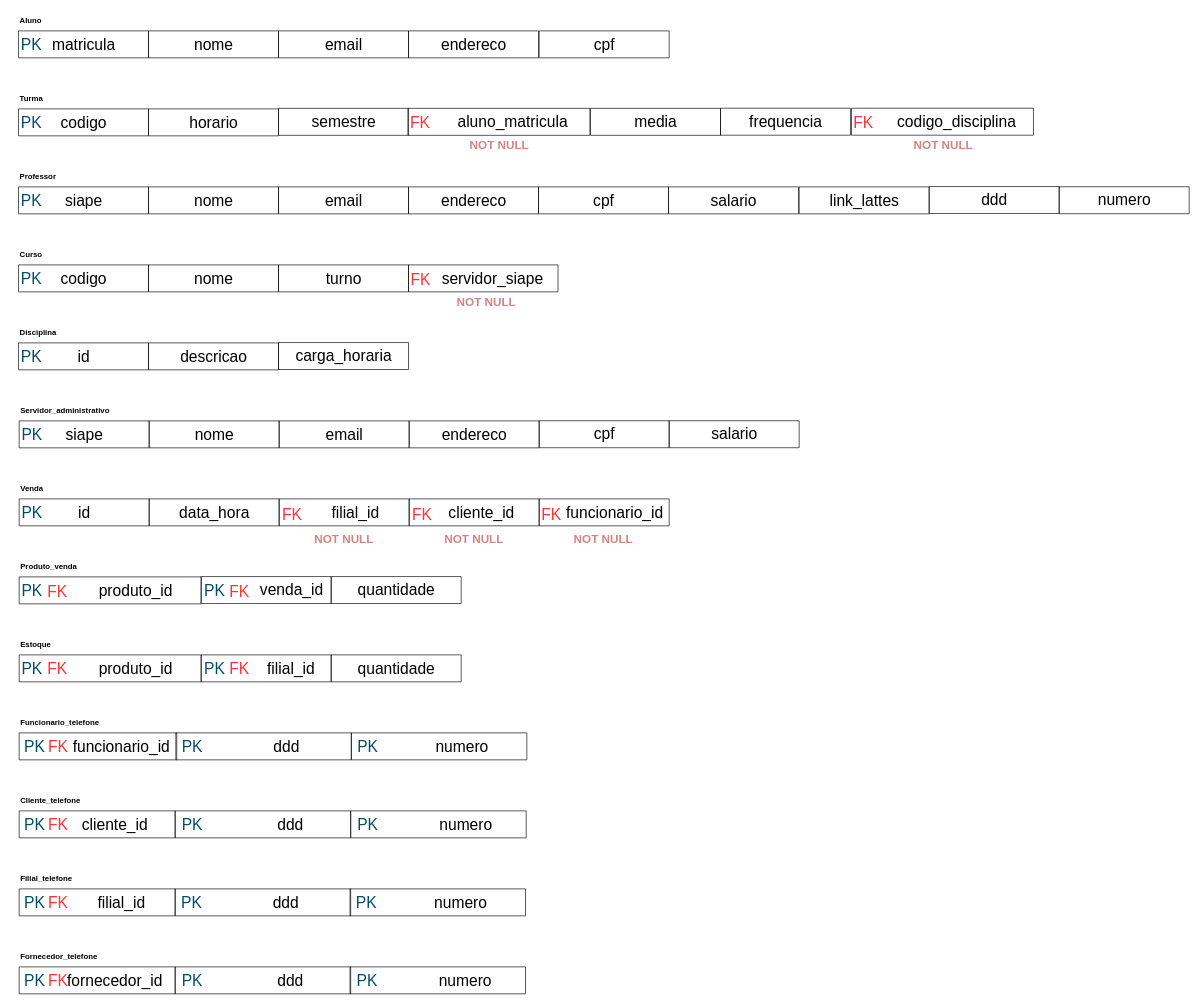
Before: LEOBDATV6-1.drawio in Konitch/Diagram, a draw.io diagram. Source tidied: cells renumbered, new cells numbered last; positions are measured from the earlier drawing's top-left corner, leaving out a move shared by most shapes. Both pictures are drawn from the tidied source at 65%, with x=0, y=0 at pixel (11, 11).
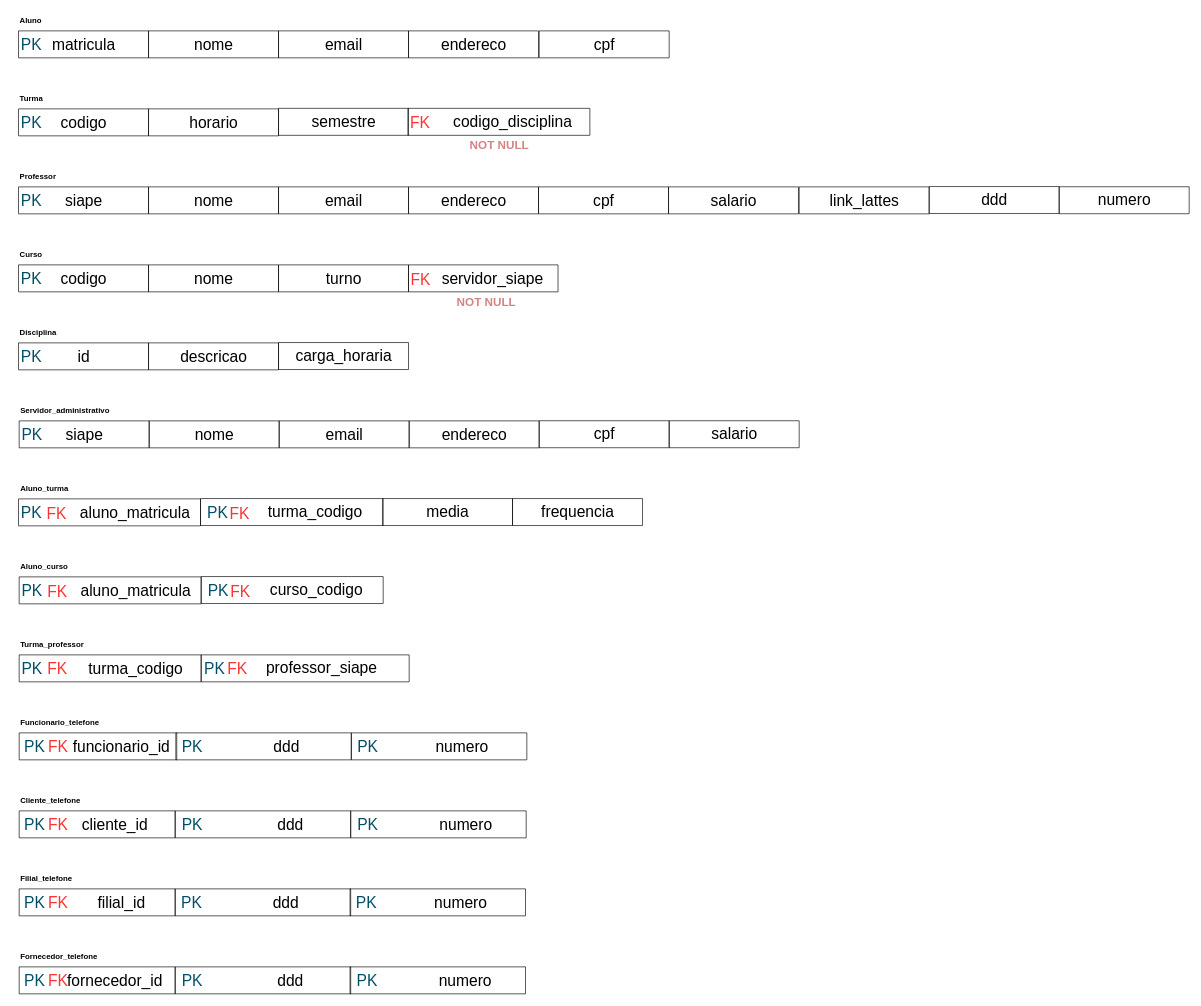
The same page after the edit.

Unchanged cells that the change refers to:
```xml
<mxCell id="15" style="swimlane;startSize=0;" parent="14" vertex="1">
  <mxGeometry width="280" height="41.5" as="geometry" />
</mxCell>
<mxCell id="84" style="group;" parent="83" vertex="1">
  <mxGeometry width="1000" height="73" as="geometry" />
</mxCell>
<mxCell id="85" style="group;" parent="84" vertex="1">
  <mxGeometry y="30" width="1000" height="43" as="geometry" />
</mxCell>
<mxCell id="87" style="swimlane;startSize=0;" parent="86" vertex="1">
  <mxGeometry width="280" height="41.5" as="geometry" />
</mxCell>
<mxCell id="170" style="group;" parent="1" vertex="1">
  <mxGeometry x="12" y="720" width="1000" height="73" as="geometry" />
</mxCell>
<mxCell id="190" style="group;" parent="189" vertex="1">
  <mxGeometry width="1000" height="73" as="geometry" />
</mxCell>
<mxCell id="191" style="group;" parent="190" vertex="1">
  <mxGeometry y="30" width="1000" height="43" as="geometry" />
</mxCell>
<mxCell id="193" style="swimlane;startSize=0;" parent="192" vertex="1">
  <mxGeometry width="280" height="41.5" as="geometry" />
</mxCell>
```

Change to the diagram source:
```diff
@@
-    <mxCell id="16" value="&lt;span style=&quot;font-size: 24px;&quot;&gt;aluno_matricula&lt;/span&gt;" style="text;html=1;align=center;verticalAlign=middle;strokeColor=none;fillColor=none;" parent="15" vertex="1">
-      <mxGeometry x="66" y="1" width="190" height="40" as="geometry" />
+    <mxCell id="16" value="&lt;span style=&quot;font-size: 24px;&quot;&gt;codigo_disciplina&lt;/span&gt;" style="text;html=1;align=center;verticalAlign=middle;strokeColor=none;fillColor=none;" parent="15" vertex="1">
+      <mxGeometry x="56" y="1" width="210" height="40" as="geometry" />
     </mxCell>
@@
-    <mxCell id="88" value="&lt;font style=&quot;font-size: 24px;&quot;&gt;produto_id&lt;/font&gt;" style="text;html=1;align=center;verticalAlign=middle;strokeColor=none;fillColor=none;" parent="87" vertex="1">
-      <mxGeometry x="109" y="1.5" width="140" height="40" as="geometry" />
+    <mxCell id="88" value="&lt;font style=&quot;font-size: 24px;&quot;&gt;turma_codigo&lt;br&gt;&lt;/font&gt;" style="text;html=1;align=center;verticalAlign=middle;strokeColor=none;fillColor=none;" parent="87" vertex="1">
+      <mxGeometry x="94" y="1.5" width="170" height="40" as="geometry" />
     </mxCell>
@@
     <mxCell id="91" style="group;" parent="85" vertex="1">
-      <mxGeometry x="280" width="200" height="43" as="geometry" />
+      <mxGeometry x="280" width="320" height="43" as="geometry" />
     </mxCell>
     <mxCell id="92" style="swimlane;startSize=0;" parent="91" vertex="1">
-      <mxGeometry width="200" height="41.5" as="geometry" />
+      <mxGeometry width="320" height="41.5" as="geometry" />
     </mxCell>
-    <mxCell id="93" value="&lt;font style=&quot;font-size: 24px;&quot;&gt;filial_id&lt;/font&gt;" style="text;html=1;align=center;verticalAlign=middle;strokeColor=none;fillColor=none;" parent="92" vertex="1">
-      <mxGeometry x="88" y="1.5" width="100" height="40" as="geometry" />
+    <mxCell id="93" value="&lt;font style=&quot;font-size: 24px;&quot;&gt;professor_siape&lt;/font&gt;" style="text;html=1;align=center;verticalAlign=middle;strokeColor=none;fillColor=none;" parent="92" vertex="1">
+      <mxGeometry x="90.4" y="0.5" width="190" height="40" as="geometry" />
     </mxCell>
     <mxCell id="94" value="&lt;font color=&quot;#ff3333&quot; style=&quot;font-size: 24px;&quot;&gt;FK&lt;/font&gt;" style="text;html=1;align=center;verticalAlign=middle;whiteSpace=wrap;rounded=0;" parent="92" vertex="1">
-      <mxGeometry x="29" y="6.5" width="60" height="30" as="geometry" />
+      <mxGeometry x="15" y="6.8" width="82.4" height="30" as="geometry" />
     </mxCell>
-    <mxCell id="95" style="group;" parent="85" vertex="1">
-      <mxGeometry x="480" width="200" height="43" as="geometry" />
-    </mxCell>
-    <mxCell id="96" style="swimlane;startSize=0;" parent="95" vertex="1">
-      <mxGeometry width="200" height="41.5" as="geometry" />
-    </mxCell>
-    <mxCell id="97" value="&lt;font style=&quot;font-size: 24px;&quot;&gt;quantidade&lt;/font&gt;" style="text;html=1;align=center;verticalAlign=middle;strokeColor=none;fillColor=none;" parent="96" vertex="1">
-      <mxGeometry x="30" y="1.5" width="140" height="40" as="geometry" />
-    </mxCell>
-    <mxCell id="98" value="&lt;b&gt;Estoque&lt;/b&gt;" style="text;html=1;align=left;verticalAlign=middle;whiteSpace=wrap;rounded=0;" parent="84" vertex="1">
+    <mxCell id="98" value="&lt;b&gt;Turma_professor&lt;/b&gt;" style="text;html=1;align=left;verticalAlign=middle;whiteSpace=wrap;rounded=0;" parent="84" vertex="1">
       <mxGeometry width="110" height="30" as="geometry" />
     </mxCell>
@@
-    <mxCell id="171" style="group;" parent="170" vertex="1">
-      <mxGeometry y="30" width="1000" height="43" as="geometry" />
-    </mxCell>
-    <mxCell id="172" style="group;" parent="171" vertex="1">
-      <mxGeometry width="200" height="43" as="geometry" />
-    </mxCell>
-    <mxCell id="173" style="swimlane;startSize=0;" parent="172" vertex="1">
-      <mxGeometry width="200" height="41.5" as="geometry" />
-    </mxCell>
-    <mxCell id="174" value="&lt;font style=&quot;font-size: 24px;&quot;&gt;id&lt;/font&gt;" style="text;html=1;align=center;verticalAlign=middle;strokeColor=none;fillColor=none;" parent="173" vertex="1">
-      <mxGeometry x="80" y="1.5" width="40" height="40" as="geometry" />
-    </mxCell>
+    <mxCell id="188" value="&lt;b&gt;Aluno_turma&lt;/b&gt;" style="text;html=1;align=left;verticalAlign=middle;whiteSpace=wrap;rounded=0;" parent="170" vertex="1">
+      <mxGeometry width="110" height="30" as="geometry" />
+    </mxCell>
+    <mxCell id="256" style="group;" parent="170" vertex="1">
+      <mxGeometry x="-1" y="30" width="280" height="43" as="geometry" />
+    </mxCell>
+    <mxCell id="252" style="swimlane;startSize=0;" parent="256" vertex="1">
+      <mxGeometry width="280" height="41.5" as="geometry" />
+    </mxCell>
+    <mxCell id="257" value="&lt;font style=&quot;font-size: 24px;&quot;&gt;aluno_matricula&lt;/font&gt;" style="text;html=1;align=center;verticalAlign=middle;strokeColor=none;fillColor=none;" parent="252" vertex="1">
+      <mxGeometry x="84" y="1.5" width="190" height="40" as="geometry" />
+    </mxCell>
-    <mxCell id="175" value="&lt;font color=&quot;#014e66&quot; style=&quot;font-size: 24px;&quot;&gt;PK&lt;/font&gt;" style="text;html=1;align=center;verticalAlign=middle;whiteSpace=wrap;rounded=0;" parent="173" vertex="1">
+    <mxCell id="175" value="&lt;font color=&quot;#014e66&quot; style=&quot;font-size: 24px;&quot;&gt;PK&lt;/font&gt;" style="text;html=1;align=center;verticalAlign=middle;whiteSpace=wrap;rounded=0;" parent="252" vertex="1">
       <mxGeometry x="-10" y="6.5" width="60" height="30" as="geometry" />
     </mxCell>
-    <mxCell id="176" style="group;" parent="171" vertex="1">
-      <mxGeometry x="200" width="200" height="43" as="geometry" />
-    </mxCell>
-    <mxCell id="177" style="swimlane;startSize=0;" parent="176" vertex="1">
-      <mxGeometry width="200" height="41.5" as="geometry" />
-    </mxCell>
-    <mxCell id="178" value="&lt;font style=&quot;font-size: 24px;&quot;&gt;data_hora&lt;/font&gt;" style="text;html=1;align=center;verticalAlign=middle;strokeColor=none;fillColor=none;" parent="177" vertex="1">
-      <mxGeometry x="35" y="1.5" width="130" height="40" as="geometry" />
-    </mxCell>
-    <mxCell id="179" style="group;" parent="171" vertex="1">
-      <mxGeometry x="400" width="200" height="43" as="geometry" />
-    </mxCell>
-    <mxCell id="180" style="swimlane;startSize=0;" parent="179" vertex="1">
-      <mxGeometry width="200" height="41.5" as="geometry" />
-    </mxCell>
-    <mxCell id="181" value="&lt;font style=&quot;font-size: 24px;&quot;&gt;filial_id&lt;/font&gt;" style="text;html=1;align=center;verticalAlign=middle;strokeColor=none;fillColor=none;" parent="180" vertex="1">
-      <mxGeometry x="67" y="1.5" width="100" height="40" as="geometry" />
-    </mxCell>
-    <mxCell id="182" style="group;" parent="171" vertex="1">
-      <mxGeometry x="600" width="200" height="43" as="geometry" />
-    </mxCell>
-    <mxCell id="183" style="swimlane;startSize=0;" parent="182" vertex="1">
-      <mxGeometry width="200" height="41.5" as="geometry" />
-    </mxCell>
-    <mxCell id="184" value="&lt;font style=&quot;font-size: 24px;&quot;&gt;cliente_id&lt;/font&gt;" style="text;html=1;align=center;verticalAlign=middle;strokeColor=none;fillColor=none;" parent="183" vertex="1">
-      <mxGeometry x="51" y="1.5" width="120" height="40" as="geometry" />
-    </mxCell>
-    <mxCell id="185" style="group;" parent="171" vertex="1">
-      <mxGeometry x="800" width="200" height="43" as="geometry" />
-    </mxCell>
-    <mxCell id="186" style="swimlane;startSize=0;" parent="185" vertex="1">
-      <mxGeometry width="200" height="41.5" as="geometry" />
-    </mxCell>
-    <mxCell id="187" value="&lt;font style=&quot;font-size: 24px;&quot;&gt;funcionario_id&lt;/font&gt;" style="text;html=1;align=center;verticalAlign=middle;strokeColor=none;fillColor=none;" parent="186" vertex="1">
-      <mxGeometry x="31" y="1.5" width="170" height="40" as="geometry" />
-    </mxCell>
-    <mxCell id="188" value="&lt;b&gt;Venda&lt;/b&gt;" style="text;html=1;align=left;verticalAlign=middle;whiteSpace=wrap;rounded=0;" parent="170" vertex="1">
-      <mxGeometry width="110" height="30" as="geometry" />
-    </mxCell>
+    <mxCell id="258" value="&lt;font color=&quot;#ff3333&quot; style=&quot;font-size: 24px;&quot;&gt;FK&lt;/font&gt;" style="text;html=1;align=center;verticalAlign=middle;whiteSpace=wrap;rounded=0;" parent="252" vertex="1">
+      <mxGeometry x="29" y="9" width="60" height="30" as="geometry" />
+    </mxCell>
+    <mxCell id="259" style="group;" parent="170" vertex="1">
+      <mxGeometry x="279" y="29.5" width="281" height="43" as="geometry" />
+    </mxCell>
+    <mxCell id="260" style="swimlane;startSize=0;" parent="259" vertex="1">
+      <mxGeometry width="281" height="41.5" as="geometry" />
+    </mxCell>
+    <mxCell id="261" value="&lt;font style=&quot;font-size: 24px;&quot;&gt;turma_codigo&lt;/font&gt;" style="text;html=1;align=center;verticalAlign=middle;strokeColor=none;fillColor=none;" parent="260" vertex="1">
+      <mxGeometry x="90.7" y="1.5" width="170" height="40" as="geometry" />
+    </mxCell>
+    <mxCell id="262" value="&lt;font color=&quot;#ff3333&quot; style=&quot;font-size: 24px;&quot;&gt;FK&lt;/font&gt;" style="text;html=1;align=center;verticalAlign=middle;whiteSpace=wrap;rounded=0;" parent="260" vertex="1">
+      <mxGeometry x="23" y="8.5" width="75.3" height="30" as="geometry" />
+    </mxCell>
+    <mxCell id="263" value="&lt;font color=&quot;#014e66&quot; style=&quot;font-size: 24px;&quot;&gt;PK&lt;/font&gt;" style="text;html=1;align=center;verticalAlign=middle;whiteSpace=wrap;rounded=0;" parent="260" vertex="1">
+      <mxGeometry x="-11.3" y="7.5" width="75.3" height="30" as="geometry" />
+    </mxCell>
+    <mxCell id="264" style="group;" parent="170" vertex="1">
+      <mxGeometry x="559" y="29.5" width="200" height="43" as="geometry" />
+    </mxCell>
+    <mxCell id="265" style="swimlane;startSize=0;" parent="264" vertex="1">
+      <mxGeometry width="200" height="41.5" as="geometry" />
+    </mxCell>
+    <mxCell id="245" value="&lt;font style=&quot;font-size: 24px;&quot;&gt;media&lt;/font&gt;" style="text;html=1;align=center;verticalAlign=middle;strokeColor=none;fillColor=none;" parent="265" vertex="1">
+      <mxGeometry x="55" y="1.5" width="90" height="40" as="geometry" />
+    </mxCell>
+    <mxCell id="266" style="group;" parent="170" vertex="1">
+      <mxGeometry x="759" y="29.5" width="200" height="43" as="geometry" />
+    </mxCell>
+    <mxCell id="267" style="swimlane;startSize=0;" parent="266" vertex="1">
+      <mxGeometry width="200" height="41.5" as="geometry" />
+    </mxCell>
+    <mxCell id="248" value="&lt;span style=&quot;font-size: 24px;&quot;&gt;frequencia&lt;/span&gt;" style="text;html=1;align=center;verticalAlign=middle;strokeColor=none;fillColor=none;" parent="267" vertex="1">
+      <mxGeometry x="30" y="1.5" width="140" height="40" as="geometry" />
+    </mxCell>
@@
-    <mxCell id="194" value="&lt;font style=&quot;font-size: 24px;&quot;&gt;produto_id&lt;/font&gt;" style="text;html=1;align=center;verticalAlign=middle;strokeColor=none;fillColor=none;" parent="193" vertex="1">
-      <mxGeometry x="109" y="1.5" width="140" height="40" as="geometry" />
+    <mxCell id="194" value="&lt;font style=&quot;font-size: 24px;&quot;&gt;aluno_matricula&lt;/font&gt;" style="text;html=1;align=center;verticalAlign=middle;strokeColor=none;fillColor=none;" parent="193" vertex="1">
+      <mxGeometry x="84" y="1.5" width="190" height="40" as="geometry" />
     </mxCell>
@@
     <mxCell id="197" style="group;" parent="191" vertex="1">
-      <mxGeometry x="280" y="-0.5" width="200" height="43" as="geometry" />
+      <mxGeometry x="280" y="-0.5" width="280" height="43" as="geometry" />
     </mxCell>
     <mxCell id="198" style="swimlane;startSize=0;" parent="197" vertex="1">
-      <mxGeometry width="200" height="41.5" as="geometry" />
+      <mxGeometry width="280" height="41.5" as="geometry" />
     </mxCell>
-    <mxCell id="199" value="&lt;font style=&quot;font-size: 24px;&quot;&gt;venda_id&lt;/font&gt;" style="text;html=1;align=center;verticalAlign=middle;strokeColor=none;fillColor=none;" parent="198" vertex="1">
-      <mxGeometry x="79" y="1.5" width="120" height="40" as="geometry" />
+    <mxCell id="199" value="&lt;font style=&quot;font-size: 24px;&quot;&gt;curso_codigo&lt;/font&gt;" style="text;html=1;align=center;verticalAlign=middle;strokeColor=none;fillColor=none;" parent="198" vertex="1">
+      <mxGeometry x="92" width="170" height="40" as="geometry" />
     </mxCell>
     <mxCell id="200" value="&lt;font color=&quot;#ff3333&quot; style=&quot;font-size: 24px;&quot;&gt;FK&lt;/font&gt;" style="text;html=1;align=center;verticalAlign=middle;whiteSpace=wrap;rounded=0;" parent="198" vertex="1">
-      <mxGeometry x="29" y="9.5" width="60" height="30" as="geometry" />
+      <mxGeometry x="23.2" y="8.5" width="75" height="30" as="geometry" />
     </mxCell>
     <mxCell id="201" value="&lt;font color=&quot;#014e66&quot; style=&quot;font-size: 24px;&quot;&gt;PK&lt;/font&gt;" style="text;html=1;align=center;verticalAlign=middle;whiteSpace=wrap;rounded=0;" parent="198" vertex="1">
-      <mxGeometry x="-9" y="7.5" width="60" height="30" as="geometry" />
+      <mxGeometry x="-11.2" y="7.5" width="75" height="30" as="geometry" />
     </mxCell>
-    <mxCell id="202" style="group;" parent="191" vertex="1">
-      <mxGeometry x="480" y="-0.5" width="200" height="43" as="geometry" />
-    </mxCell>
-    <mxCell id="203" style="swimlane;startSize=0;" parent="202" vertex="1">
-      <mxGeometry width="200" height="41.5" as="geometry" />
-    </mxCell>
-    <mxCell id="204" value="&lt;font style=&quot;font-size: 24px;&quot;&gt;quantidade&lt;/font&gt;" style="text;html=1;align=center;verticalAlign=middle;strokeColor=none;fillColor=none;" parent="203" vertex="1">
-      <mxGeometry x="30" y="1.5" width="140" height="40" as="geometry" />
-    </mxCell>
-    <mxCell id="205" value="&lt;b&gt;Produto_venda&lt;/b&gt;" style="text;html=1;align=left;verticalAlign=middle;whiteSpace=wrap;rounded=0;" parent="190" vertex="1">
+    <mxCell id="205" value="&lt;b&gt;Aluno_curso&lt;/b&gt;" style="text;html=1;align=left;verticalAlign=middle;whiteSpace=wrap;rounded=0;" parent="190" vertex="1">
       <mxGeometry width="110" height="30" as="geometry" />
     </mxCell>
@@
-    <mxCell id="214" value="&lt;font color=&quot;#ff3333&quot; style=&quot;font-size: 24px;&quot;&gt;FK&lt;/font&gt;" style="text;html=1;align=center;verticalAlign=middle;whiteSpace=wrap;rounded=0;" parent="1" vertex="1">
-      <mxGeometry x="801" y="760" width="60" height="30" as="geometry" />
-    </mxCell>
-    <mxCell id="215" value="&lt;h2&gt;&lt;font color=&quot;#d48383&quot;&gt;NOT NULL&lt;/font&gt;&lt;/h2&gt;" style="text;html=1;align=center;verticalAlign=middle;whiteSpace=wrap;rounded=0;" parent="1" vertex="1">
-      <mxGeometry x="811" y="796.5" width="200" height="30" as="geometry" />
-    </mxCell>
-    <mxCell id="216" value="&lt;font color=&quot;#ff3333&quot; style=&quot;font-size: 24px;&quot;&gt;FK&lt;/font&gt;" style="text;html=1;align=center;verticalAlign=middle;whiteSpace=wrap;rounded=0;" parent="1" vertex="1">
-      <mxGeometry x="602" y="760" width="60" height="30" as="geometry" />
-    </mxCell>
-    <mxCell id="217" value="&lt;h2&gt;&lt;font color=&quot;#d48383&quot;&gt;NOT NULL&lt;/font&gt;&lt;/h2&gt;" style="text;html=1;align=center;verticalAlign=middle;whiteSpace=wrap;rounded=0;" parent="1" vertex="1">
-      <mxGeometry x="612" y="796.5" width="200" height="30" as="geometry" />
-    </mxCell>
-    <mxCell id="218" value="&lt;font color=&quot;#ff3333&quot; style=&quot;font-size: 24px;&quot;&gt;FK&lt;/font&gt;" style="text;html=1;align=center;verticalAlign=middle;whiteSpace=wrap;rounded=0;" parent="1" vertex="1">
-      <mxGeometry x="402" y="760" width="60" height="30" as="geometry" />
-    </mxCell>
-    <mxCell id="219" value="&lt;h2&gt;&lt;font color=&quot;#d48383&quot;&gt;NOT NULL&lt;/font&gt;&lt;/h2&gt;" style="text;html=1;align=center;verticalAlign=middle;whiteSpace=wrap;rounded=0;" parent="1" vertex="1">
-      <mxGeometry x="412" y="796.5" width="200" height="30" as="geometry" />
-    </mxCell>
@@
-    <mxCell id="243" style="group;" parent="1" vertex="1">
-      <mxGeometry x="891" y="149.2" width="200" height="43" as="geometry" />
-    </mxCell>
-    <mxCell id="244" style="swimlane;startSize=0;" parent="243" vertex="1">
-      <mxGeometry width="200" height="41.5" as="geometry" />
-    </mxCell>
-    <mxCell id="245" value="&lt;span style=&quot;font-size: 24px;&quot;&gt;media&lt;/span&gt;" style="text;html=1;align=center;verticalAlign=middle;strokeColor=none;fillColor=none;" parent="244" vertex="1">
-      <mxGeometry x="55" y="1.5" width="90" height="40" as="geometry" />
-    </mxCell>
-    <mxCell id="246" style="group;" parent="1" vertex="1">
-      <mxGeometry x="1091" y="149" width="200" height="43" as="geometry" />
-    </mxCell>
-    <mxCell id="247" style="swimlane;startSize=0;" parent="246" vertex="1">
-      <mxGeometry width="200" height="41.5" as="geometry" />
-    </mxCell>
-    <mxCell id="248" value="&lt;span style=&quot;font-size: 24px;&quot;&gt;frequencia&lt;/span&gt;" style="text;html=1;align=center;verticalAlign=middle;strokeColor=none;fillColor=none;" parent="247" vertex="1">
-      <mxGeometry x="30" y="1.5" width="140" height="40" as="geometry" />
-    </mxCell>
@@
-    <mxCell id="251" style="group;" parent="1" vertex="1">
-      <mxGeometry x="1292.5" y="149" width="280" height="43" as="geometry" />
-    </mxCell>
-    <mxCell id="252" style="swimlane;startSize=0;" parent="251" vertex="1">
-      <mxGeometry width="280" height="41.5" as="geometry" />
-    </mxCell>
-    <mxCell id="253" value="&lt;span style=&quot;font-size: 24px;&quot;&gt;codigo_disciplina&lt;/span&gt;" style="text;html=1;align=center;verticalAlign=middle;strokeColor=none;fillColor=none;" parent="252" vertex="1">
-      <mxGeometry x="56" y="1" width="210" height="40" as="geometry" />
-    </mxCell>
-    <mxCell id="254" value="&lt;font color=&quot;#ff3333&quot; style=&quot;font-size: 24px;&quot;&gt;FK&lt;/font&gt;" style="text;html=1;align=center;verticalAlign=middle;whiteSpace=wrap;rounded=0;" parent="1" vertex="1">
-      <mxGeometry x="1281" y="156.8" width="60" height="30" as="geometry" />
-    </mxCell>
-    <mxCell id="255" value="&lt;h2&gt;&lt;font color=&quot;#d48383&quot;&gt;NOT NULL&lt;/font&gt;&lt;/h2&gt;" style="text;html=1;align=center;verticalAlign=middle;whiteSpace=wrap;rounded=0;" parent="1" vertex="1">
-      <mxGeometry x="1293.5" y="191.2" width="280" height="30" as="geometry" />
-    </mxCell>
```
